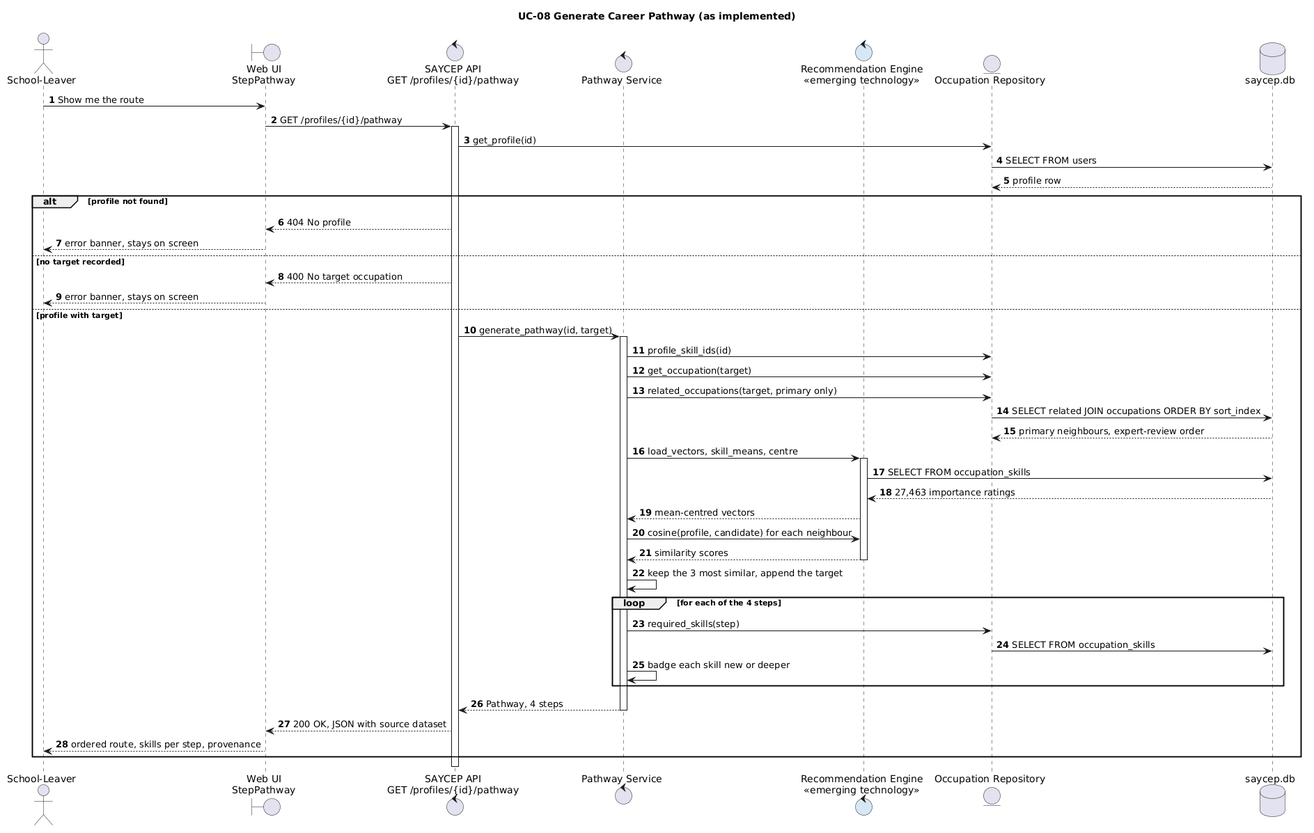
Before: docs/uml/a3/04-sequence.png, a diagram exported from PlantUML (ShogunLSG/SAYCEP). The source it was exported from:
```plantuml
@startuml
title UC-08 Generate Career Pathway (as implemented)
autonumber
skinparam responseMessageBelowArrow true

actor "School-Leaver" as User
boundary "Web UI\nStepPathway" as UI
control "SAYCEP API\nGET /profiles/{id}/pathway" as API
control "Pathway Service" as PS
control "Recommendation Engine\n<<emerging technology>>" as RE #D6E8F5
entity "Occupation Repository" as Repo
database "saycep.db" as DB

User -> UI : Show me the route
UI -> API : GET /profiles/{id}/pathway
activate API
API -> Repo : get_profile(id)
Repo -> DB : SELECT FROM users
DB --> Repo : profile row

alt profile not found
  API --> UI : 404 No profile
  UI --> User : error banner, stays on screen
else no target recorded
  API --> UI : 400 No target occupation
  UI --> User : error banner, stays on screen
else profile with target
  API -> PS : generate_pathway(id, target)
  activate PS
  PS -> Repo : profile_skill_ids(id)
  PS -> Repo : get_occupation(target)
  PS -> Repo : related_occupations(target, primary only)
  Repo -> DB : SELECT related JOIN occupations ORDER BY sort_index
  DB --> Repo : primary neighbours, expert-review order
  PS -> RE : load_vectors, skill_means, centre
  activate RE
  RE -> DB : SELECT FROM occupation_skills
  DB --> RE : 27,463 importance ratings
  RE --> PS : mean-centred vectors
  PS -> RE : cosine(profile, candidate) for each neighbour
  RE --> PS : similarity scores
  deactivate RE
  PS -> PS : keep the 3 most similar, append the target
  loop for each of the 4 steps
    PS -> Repo : required_skills(step)
    Repo -> DB : SELECT FROM occupation_skills
    PS -> PS : badge each skill new or deeper
  end
  PS --> API : Pathway, 4 steps
  deactivate PS
  API --> UI : 200 OK, JSON with source dataset
  UI --> User : ordered route, skills per step, provenance
end
deactivate API
@enduml
```
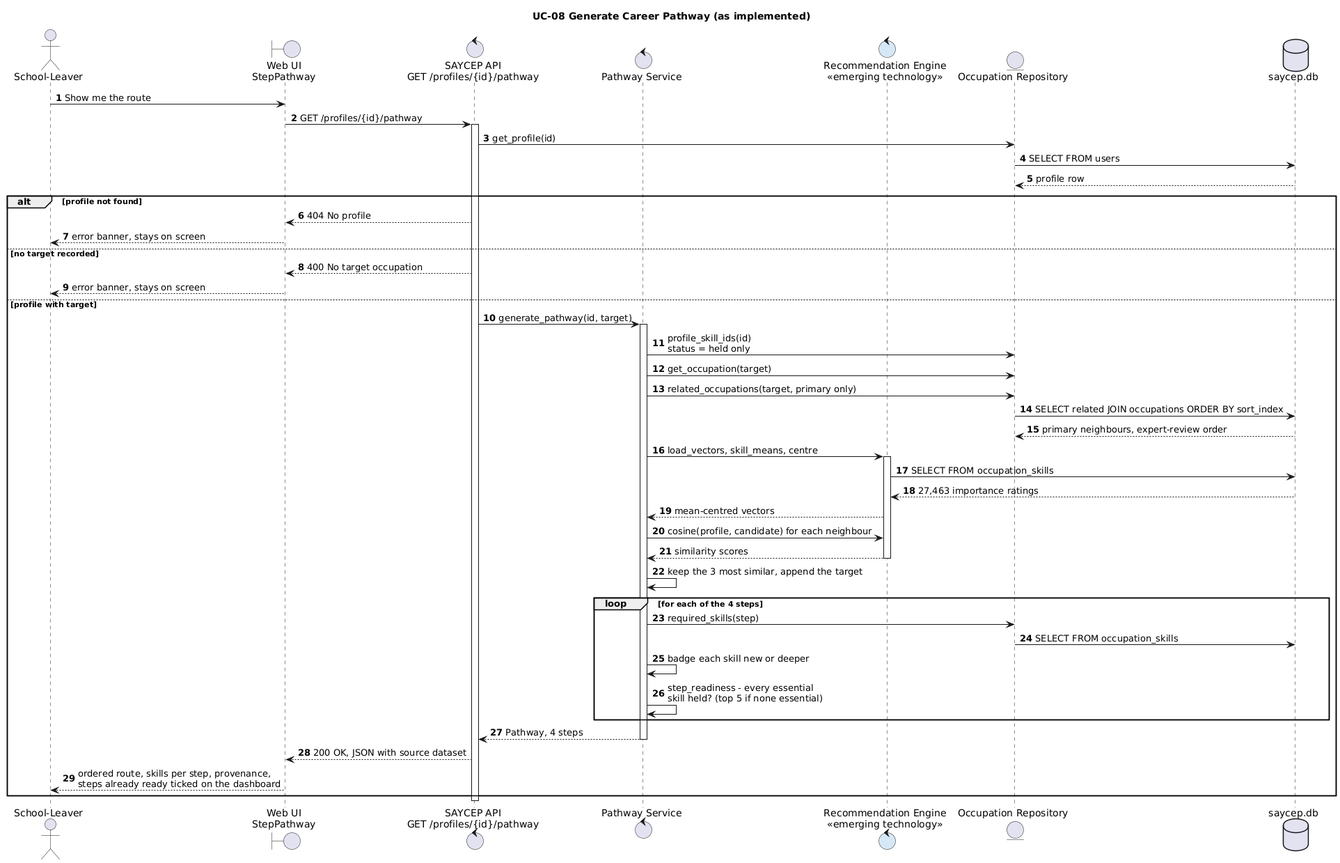
Later version of the same file.

Change to the diagram source:
```diff
@@ -1,4 +1,4 @@
-@startuml
+@startuml SAYCEP_A3_Sequence
 title UC-08 Generate Career Pathway (as implemented)
 autonumber
 skinparam responseMessageBelowArrow true
@@ -27,7 +27,7 @@
 else profile with target
   API -> PS : generate_pathway(id, target)
   activate PS
-  PS -> Repo : profile_skill_ids(id)
+  PS -> Repo : profile_skill_ids(id)\nstatus = held only
   PS -> Repo : get_occupation(target)
   PS -> Repo : related_occupations(target, primary only)
   Repo -> DB : SELECT related JOIN occupations ORDER BY sort_index
@@ -45,11 +45,12 @@
     PS -> Repo : required_skills(step)
     Repo -> DB : SELECT FROM occupation_skills
     PS -> PS : badge each skill new or deeper
+    PS -> PS : step_readiness - every essential\nskill held? (top 5 if none essential)
   end
   PS --> API : Pathway, 4 steps
   deactivate PS
   API --> UI : 200 OK, JSON with source dataset
-  UI --> User : ordered route, skills per step, provenance
+  UI --> User : ordered route, skills per step, provenance,\nsteps already ready ticked on the dashboard
 end
 deactivate API
 @enduml
```
